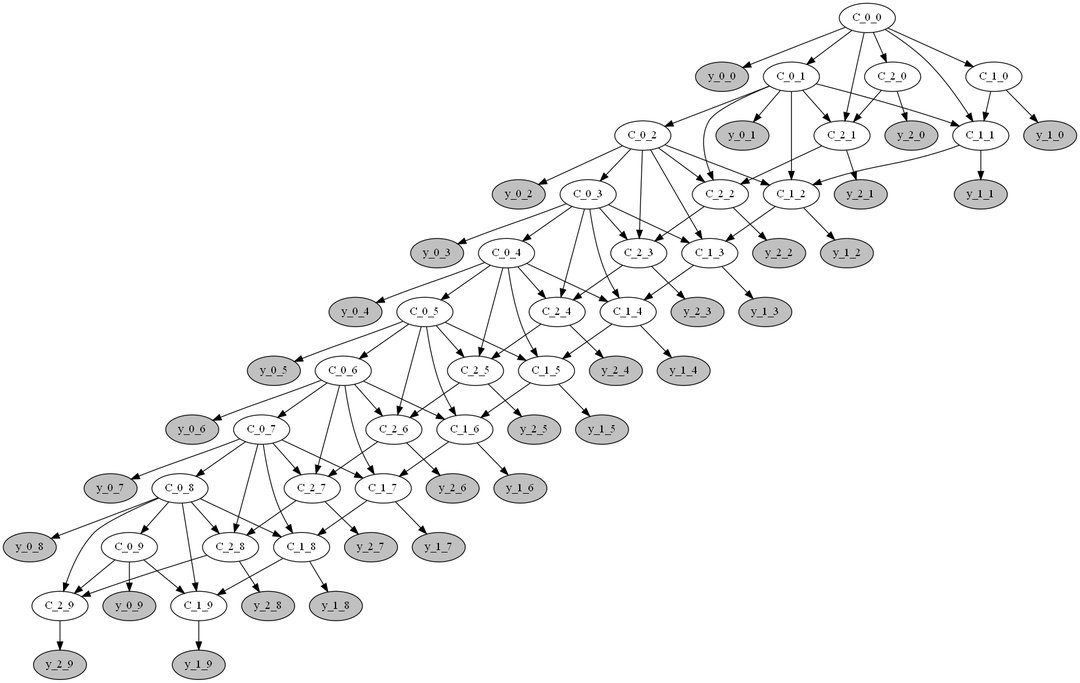
Before: fig/graph.png, a diagram exported from Graphviz (Lagergren-Lab/victree). Its source is kept beside it as fig/graph.gv.
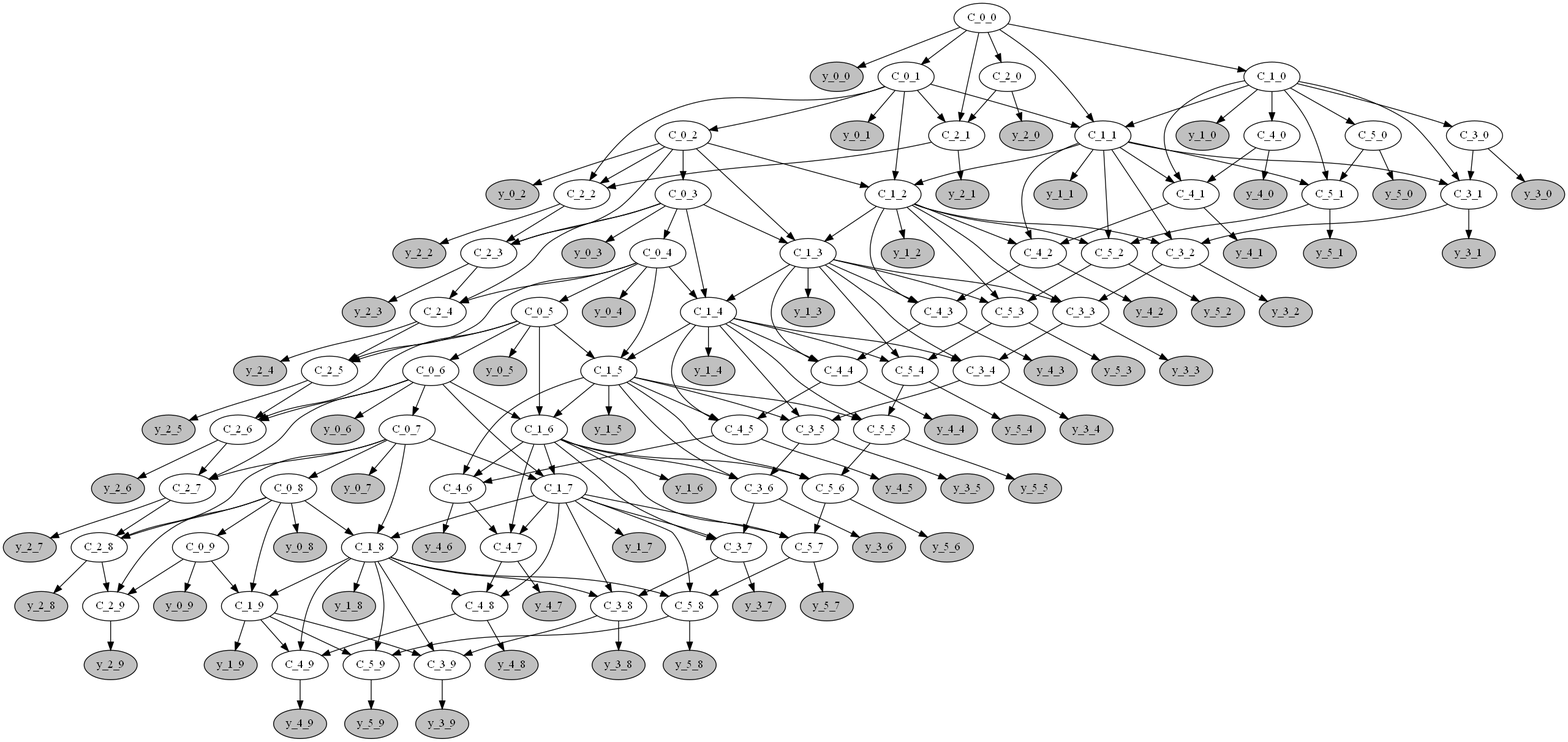
Later version of the same file.

Commit message:
changes for arbitrary tree topology

Change to the diagram source:
```diff
@@ -39,6 +39,66 @@
 	y_1_8 [label=y_1_8 fillcolor=grey shape=ellipse style=filled]
 	C_1_9 [label=C_1_9 fillcolor=white shape=ellipse style=filled]
 	y_1_9 [label=y_1_9 fillcolor=grey shape=ellipse style=filled]
+	C_3_0 [label=C_3_0 fillcolor=white shape=ellipse style=filled]
+	y_3_0 [label=y_3_0 fillcolor=grey shape=ellipse style=filled]
+	C_3_1 [label=C_3_1 fillcolor=white shape=ellipse style=filled]
+	y_3_1 [label=y_3_1 fillcolor=grey shape=ellipse style=filled]
+	C_3_2 [label=C_3_2 fillcolor=white shape=ellipse style=filled]
+	y_3_2 [label=y_3_2 fillcolor=grey shape=ellipse style=filled]
+	C_3_3 [label=C_3_3 fillcolor=white shape=ellipse style=filled]
+	y_3_3 [label=y_3_3 fillcolor=grey shape=ellipse style=filled]
+	C_3_4 [label=C_3_4 fillcolor=white shape=ellipse style=filled]
+	y_3_4 [label=y_3_4 fillcolor=grey shape=ellipse style=filled]
+	C_3_5 [label=C_3_5 fillcolor=white shape=ellipse style=filled]
+	y_3_5 [label=y_3_5 fillcolor=grey shape=ellipse style=filled]
+	C_3_6 [label=C_3_6 fillcolor=white shape=ellipse style=filled]
+	y_3_6 [label=y_3_6 fillcolor=grey shape=ellipse style=filled]
+	C_3_7 [label=C_3_7 fillcolor=white shape=ellipse style=filled]
+	y_3_7 [label=y_3_7 fillcolor=grey shape=ellipse style=filled]
+	C_3_8 [label=C_3_8 fillcolor=white shape=ellipse style=filled]
+	y_3_8 [label=y_3_8 fillcolor=grey shape=ellipse style=filled]
+	C_3_9 [label=C_3_9 fillcolor=white shape=ellipse style=filled]
+	y_3_9 [label=y_3_9 fillcolor=grey shape=ellipse style=filled]
+	C_4_0 [label=C_4_0 fillcolor=white shape=ellipse style=filled]
+	y_4_0 [label=y_4_0 fillcolor=grey shape=ellipse style=filled]
+	C_4_1 [label=C_4_1 fillcolor=white shape=ellipse style=filled]
+	y_4_1 [label=y_4_1 fillcolor=grey shape=ellipse style=filled]
+	C_4_2 [label=C_4_2 fillcolor=white shape=ellipse style=filled]
+	y_4_2 [label=y_4_2 fillcolor=grey shape=ellipse style=filled]
+	C_4_3 [label=C_4_3 fillcolor=white shape=ellipse style=filled]
+	y_4_3 [label=y_4_3 fillcolor=grey shape=ellipse style=filled]
+	C_4_4 [label=C_4_4 fillcolor=white shape=ellipse style=filled]
+	y_4_4 [label=y_4_4 fillcolor=grey shape=ellipse style=filled]
+	C_4_5 [label=C_4_5 fillcolor=white shape=ellipse style=filled]
+	y_4_5 [label=y_4_5 fillcolor=grey shape=ellipse style=filled]
+	C_4_6 [label=C_4_6 fillcolor=white shape=ellipse style=filled]
+	y_4_6 [label=y_4_6 fillcolor=grey shape=ellipse style=filled]
+	C_4_7 [label=C_4_7 fillcolor=white shape=ellipse style=filled]
+	y_4_7 [label=y_4_7 fillcolor=grey shape=ellipse style=filled]
+	C_4_8 [label=C_4_8 fillcolor=white shape=ellipse style=filled]
+	y_4_8 [label=y_4_8 fillcolor=grey shape=ellipse style=filled]
+	C_4_9 [label=C_4_9 fillcolor=white shape=ellipse style=filled]
+	y_4_9 [label=y_4_9 fillcolor=grey shape=ellipse style=filled]
+	C_5_0 [label=C_5_0 fillcolor=white shape=ellipse style=filled]
+	y_5_0 [label=y_5_0 fillcolor=grey shape=ellipse style=filled]
+	C_5_1 [label=C_5_1 fillcolor=white shape=ellipse style=filled]
+	y_5_1 [label=y_5_1 fillcolor=grey shape=ellipse style=filled]
+	C_5_2 [label=C_5_2 fillcolor=white shape=ellipse style=filled]
+	y_5_2 [label=y_5_2 fillcolor=grey shape=ellipse style=filled]
+	C_5_3 [label=C_5_3 fillcolor=white shape=ellipse style=filled]
+	y_5_3 [label=y_5_3 fillcolor=grey shape=ellipse style=filled]
+	C_5_4 [label=C_5_4 fillcolor=white shape=ellipse style=filled]
+	y_5_4 [label=y_5_4 fillcolor=grey shape=ellipse style=filled]
+	C_5_5 [label=C_5_5 fillcolor=white shape=ellipse style=filled]
+	y_5_5 [label=y_5_5 fillcolor=grey shape=ellipse style=filled]
+	C_5_6 [label=C_5_6 fillcolor=white shape=ellipse style=filled]
+	y_5_6 [label=y_5_6 fillcolor=grey shape=ellipse style=filled]
+	C_5_7 [label=C_5_7 fillcolor=white shape=ellipse style=filled]
+	y_5_7 [label=y_5_7 fillcolor=grey shape=ellipse style=filled]
+	C_5_8 [label=C_5_8 fillcolor=white shape=ellipse style=filled]
+	y_5_8 [label=y_5_8 fillcolor=grey shape=ellipse style=filled]
+	C_5_9 [label=C_5_9 fillcolor=white shape=ellipse style=filled]
+	y_5_9 [label=y_5_9 fillcolor=grey shape=ellipse style=filled]
 	C_2_0 [label=C_2_0 fillcolor=white shape=ellipse style=filled]
 	y_2_0 [label=y_2_0 fillcolor=grey shape=ellipse style=filled]
 	C_2_1 [label=C_2_1 fillcolor=white shape=ellipse style=filled]
@@ -81,77 +141,191 @@
 	C_0_0 -> C_1_0
 	C_1_0 -> y_1_0
 	C_0_1 -> C_1_1
+	C_0_0 -> C_1_1
 	C_1_0 -> C_1_1
-	C_0_0 -> C_1_1
 	C_1_1 -> y_1_1
 	C_0_1 -> C_1_2
+	C_1_1 -> C_1_2
 	C_0_2 -> C_1_2
-	C_1_1 -> C_1_2
 	C_1_2 -> y_1_2
+	C_1_2 -> C_1_3
+	C_0_3 -> C_1_3
 	C_0_2 -> C_1_3
-	C_0_3 -> C_1_3
-	C_1_2 -> C_1_3
 	C_1_3 -> y_1_3
+	C_0_4 -> C_1_4
+	C_1_3 -> C_1_4
 	C_0_3 -> C_1_4
-	C_1_3 -> C_1_4
-	C_0_4 -> C_1_4
 	C_1_4 -> y_1_4
+	C_0_4 -> C_1_5
+	C_1_4 -> C_1_5
 	C_0_5 -> C_1_5
-	C_1_4 -> C_1_5
-	C_0_4 -> C_1_5
 	C_1_5 -> y_1_5
+	C_0_6 -> C_1_6
+	C_1_5 -> C_1_6
 	C_0_5 -> C_1_6
-	C_1_5 -> C_1_6
-	C_0_6 -> C_1_6
 	C_1_6 -> y_1_6
+	C_0_6 -> C_1_7
+	C_1_6 -> C_1_7
 	C_0_7 -> C_1_7
-	C_1_6 -> C_1_7
-	C_0_6 -> C_1_7
 	C_1_7 -> y_1_7
+	C_0_7 -> C_1_8
+	C_1_7 -> C_1_8
 	C_0_8 -> C_1_8
-	C_1_7 -> C_1_8
-	C_0_7 -> C_1_8
 	C_1_8 -> y_1_8
 	C_0_9 -> C_1_9
 	C_1_8 -> C_1_9
 	C_0_8 -> C_1_9
 	C_1_9 -> y_1_9
+	C_1_0 -> C_3_0
+	C_3_0 -> y_3_0
+	C_1_0 -> C_3_1
+	C_1_1 -> C_3_1
+	C_3_0 -> C_3_1
+	C_3_1 -> y_3_1
+	C_1_2 -> C_3_2
+	C_3_1 -> C_3_2
+	C_1_1 -> C_3_2
+	C_3_2 -> y_3_2
+	C_1_3 -> C_3_3
+	C_1_2 -> C_3_3
+	C_3_2 -> C_3_3
+	C_3_3 -> y_3_3
+	C_3_3 -> C_3_4
+	C_1_4 -> C_3_4
+	C_1_3 -> C_3_4
+	C_3_4 -> y_3_4
+	C_1_4 -> C_3_5
+	C_1_5 -> C_3_5
+	C_3_4 -> C_3_5
+	C_3_5 -> y_3_5
+	C_3_5 -> C_3_6
+	C_1_5 -> C_3_6
+	C_1_6 -> C_3_6
+	C_3_6 -> y_3_6
+	C_3_6 -> C_3_7
+	C_1_6 -> C_3_7
+	C_1_7 -> C_3_7
+	C_3_7 -> y_3_7
+	C_3_7 -> C_3_8
+	C_1_7 -> C_3_8
+	C_1_8 -> C_3_8
+	C_3_8 -> y_3_8
+	C_1_8 -> C_3_9
+	C_3_8 -> C_3_9
+	C_1_9 -> C_3_9
+	C_3_9 -> y_3_9
+	C_1_0 -> C_4_0
+	C_4_0 -> y_4_0
+	C_4_0 -> C_4_1
+	C_1_0 -> C_4_1
+	C_1_1 -> C_4_1
+	C_4_1 -> y_4_1
+	C_1_2 -> C_4_2
+	C_1_1 -> C_4_2
+	C_4_1 -> C_4_2
+	C_4_2 -> y_4_2
+	C_1_3 -> C_4_3
+	C_4_2 -> C_4_3
+	C_1_2 -> C_4_3
+	C_4_3 -> y_4_3
+	C_4_3 -> C_4_4
+	C_1_4 -> C_4_4
+	C_1_3 -> C_4_4
+	C_4_4 -> y_4_4
+	C_1_5 -> C_4_5
+	C_1_4 -> C_4_5
+	C_4_4 -> C_4_5
+	C_4_5 -> y_4_5
+	C_4_5 -> C_4_6
+	C_1_5 -> C_4_6
+	C_1_6 -> C_4_6
+	C_4_6 -> y_4_6
+	C_4_6 -> C_4_7
+	C_1_7 -> C_4_7
+	C_1_6 -> C_4_7
+	C_4_7 -> y_4_7
+	C_1_7 -> C_4_8
+	C_1_8 -> C_4_8
+	C_4_7 -> C_4_8
+	C_4_8 -> y_4_8
+	C_1_8 -> C_4_9
+	C_1_9 -> C_4_9
+	C_4_8 -> C_4_9
+	C_4_9 -> y_4_9
+	C_1_0 -> C_5_0
+	C_5_0 -> y_5_0
+	C_1_0 -> C_5_1
+	C_1_1 -> C_5_1
+	C_5_0 -> C_5_1
+	C_5_1 -> y_5_1
+	C_1_2 -> C_5_2
+	C_5_1 -> C_5_2
+	C_1_1 -> C_5_2
+	C_5_2 -> y_5_2
+	C_1_3 -> C_5_3
+	C_1_2 -> C_5_3
+	C_5_2 -> C_5_3
+	C_5_3 -> y_5_3
+	C_5_3 -> C_5_4
+	C_1_4 -> C_5_4
+	C_1_3 -> C_5_4
+	C_5_4 -> y_5_4
+	C_1_5 -> C_5_5
+	C_1_4 -> C_5_5
+	C_5_4 -> C_5_5
+	C_5_5 -> y_5_5
+	C_1_6 -> C_5_6
+	C_1_5 -> C_5_6
+	C_5_5 -> C_5_6
+	C_5_6 -> y_5_6
+	C_1_6 -> C_5_7
+	C_1_7 -> C_5_7
+	C_5_6 -> C_5_7
+	C_5_7 -> y_5_7
+	C_1_7 -> C_5_8
+	C_5_7 -> C_5_8
+	C_1_8 -> C_5_8
+	C_5_8 -> y_5_8
+	C_1_8 -> C_5_9
+	C_1_9 -> C_5_9
+	C_5_8 -> C_5_9
+	C_5_9 -> y_5_9
 	C_0_0 -> C_2_0
 	C_2_0 -> y_2_0
+	C_0_0 -> C_2_1
+	C_0_1 -> C_2_1
 	C_2_0 -> C_2_1
-	C_0_1 -> C_2_1
-	C_0_0 -> C_2_1
 	C_2_1 -> y_2_1
+	C_2_1 -> C_2_2
 	C_0_1 -> C_2_2
-	C_2_1 -> C_2_2
 	C_0_2 -> C_2_2
 	C_2_2 -> y_2_2
-	C_0_2 -> C_2_3
 	C_0_3 -> C_2_3
 	C_2_2 -> C_2_3
+	C_0_2 -> C_2_3
 	C_2_3 -> y_2_3
+	C_0_4 -> C_2_4
 	C_0_3 -> C_2_4
 	C_2_3 -> C_2_4
-	C_0_4 -> C_2_4
 	C_2_4 -> y_2_4
+	C_0_4 -> C_2_5
 	C_0_5 -> C_2_5
-	C_0_4 -> C_2_5
 	C_2_4 -> C_2_5
 	C_2_5 -> y_2_5
+	C_0_6 -> C_2_6
 	C_0_5 -> C_2_6
 	C_2_5 -> C_2_6
-	C_0_6 -> C_2_6
 	C_2_6 -> y_2_6
+	C_0_6 -> C_2_7
 	C_0_7 -> C_2_7
 	C_2_6 -> C_2_7
-	C_0_6 -> C_2_7
 	C_2_7 -> y_2_7
 	C_2_7 -> C_2_8
+	C_0_7 -> C_2_8
 	C_0_8 -> C_2_8
-	C_0_7 -> C_2_8
 	C_2_8 -> y_2_8
 	C_0_9 -> C_2_9
+	C_2_8 -> C_2_9
 	C_0_8 -> C_2_9
-	C_2_8 -> C_2_9
 	C_2_9 -> y_2_9
 }
```
